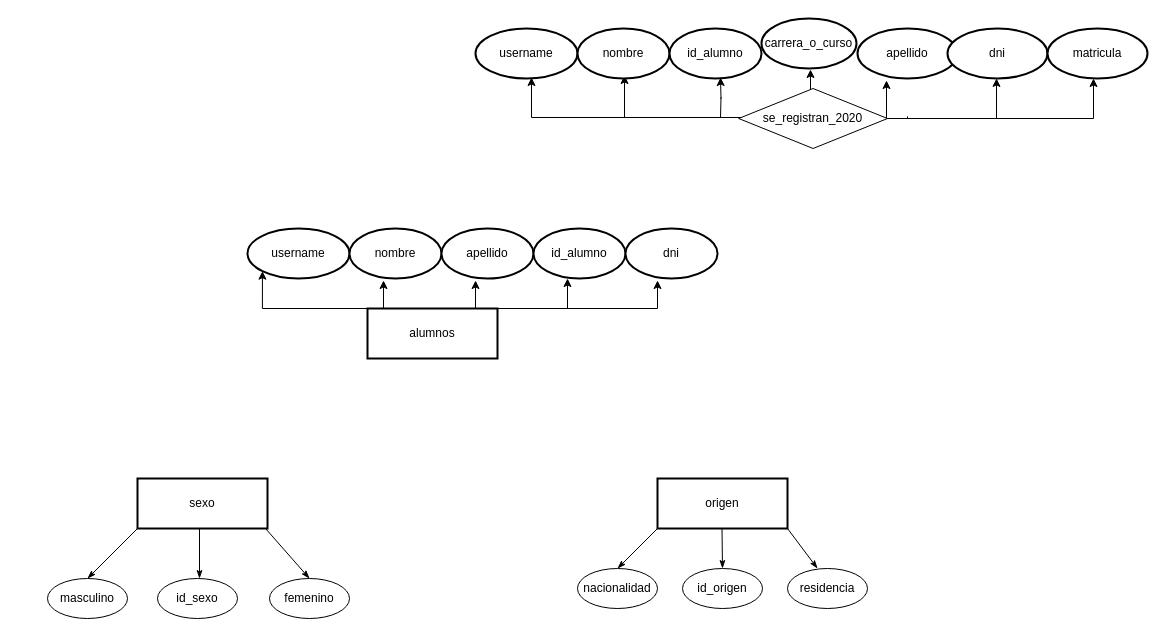
Above: Diagrama sin título.drawio in arcv1337/arcv1337 (draw.io), before the change. Source tidied: cells renumbered, new cells numbered last; positions are measured from the earlier drawing's top-left corner, leaving out a move shared by most shapes. Both pictures are drawn from the tidied source at 100%, with x=0, y=0 at pixel (47, 18).
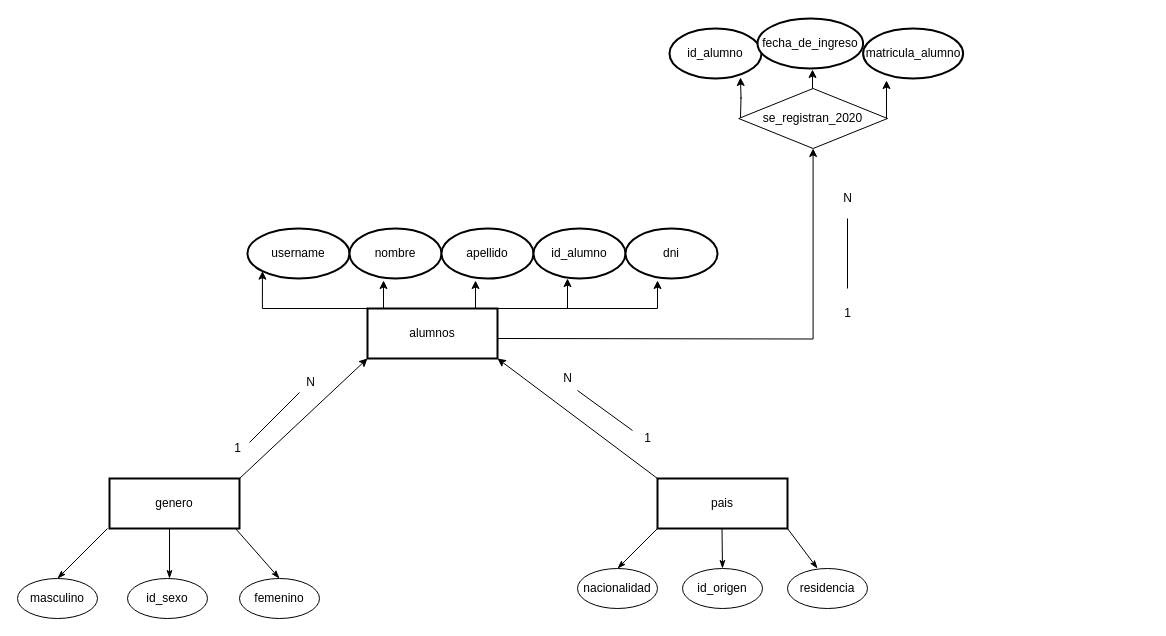
Above is the later version.

The change refers to these unchanged cells:
```xml
<mxCell id="17" value="alumnos" style="rounded=0;whiteSpace=wrap;html=1;strokeWidth=2;" parent="1" vertex="1">
  <mxGeometry x="320" y="290" width="130" height="50" as="geometry" />
</mxCell>
<mxCell id="41" value="se_registran_2020" style="rhombus;whiteSpace=wrap;html=1;" parent="1" vertex="1">
  <mxGeometry x="691.2" y="70" width="148.8" height="60" as="geometry" />
</mxCell>
```

Change to the diagram source:
```diff
@@
-    <mxCell id="2" style="edgeStyle=orthogonalEdgeStyle;rounded=0;orthogonalLoop=1;jettySize=auto;html=1;exitX=0.5;exitY=0;exitDx=0;exitDy=0;" parent="1" edge="1">
-      <mxGeometry relative="1" as="geometry">
-        <mxPoint x="695" y="100" as="sourcePoint" />
-        <mxPoint x="484" y="59" as="targetPoint" />
-        <Array as="points">
-          <mxPoint x="695" y="99" />
-        </Array>
-      </mxGeometry>
-    </mxCell>
-    <mxCell id="3" style="edgeStyle=orthogonalEdgeStyle;rounded=0;orthogonalLoop=1;jettySize=auto;html=1;exitX=0.25;exitY=0;exitDx=0;exitDy=0;" parent="1" edge="1">
-      <mxGeometry relative="1" as="geometry">
-        <mxPoint x="613.5" y="99" as="sourcePoint" />
-        <mxPoint x="577" y="57" as="targetPoint" />
-        <Array as="points">
-          <mxPoint x="577" y="99" />
-        </Array>
-      </mxGeometry>
-    </mxCell>
-    <mxCell id="4" style="edgeStyle=orthogonalEdgeStyle;rounded=0;orthogonalLoop=1;jettySize=auto;html=1;exitX=1;exitY=0;exitDx=0;exitDy=0;" parent="1" edge="1">
-      <mxGeometry relative="1" as="geometry">
-        <mxPoint x="845" y="100" as="sourcePoint" />
-        <mxPoint x="949" y="59.9" as="targetPoint" />
-        <Array as="points">
-          <mxPoint x="949" y="100" />
-        </Array>
-      </mxGeometry>
-    </mxCell>
-    <mxCell id="5" style="edgeStyle=orthogonalEdgeStyle;rounded=0;orthogonalLoop=1;jettySize=auto;html=1;entryX=0.5;entryY=1;entryDx=0;entryDy=0;" parent="1" edge="1">
+    <mxCell id="5" style="edgeStyle=orthogonalEdgeStyle;rounded=0;jettySize=auto;html=1;entryX=0.5;entryY=1;entryDx=0;entryDy=0;exitX=1;exitY=0.5;exitDx=0;exitDy=0;" parent="1" edge="1" source="41">
       <mxGeometry relative="1" as="geometry">
-        <mxPoint x="850" y="100" as="sourcePoint" />
         <mxPoint x="839" y="62" as="targetPoint" />
       </mxGeometry>
     </mxCell>
     <mxCell id="6" style="edgeStyle=orthogonalEdgeStyle;rounded=0;orthogonalLoop=1;jettySize=auto;html=1;exitX=0.5;exitY=0;exitDx=0;exitDy=0;" parent="1" edge="1">
       <mxGeometry relative="1" as="geometry">
-        <mxPoint x="673" y="99" as="sourcePoint" />
-        <mxPoint x="673" y="59" as="targetPoint" />
+        <mxPoint x="693" y="99" as="sourcePoint" />
+        <mxPoint x="693" y="59" as="targetPoint" />
       </mxGeometry>
     </mxCell>
-    <mxCell id="7" style="edgeStyle=orthogonalEdgeStyle;rounded=0;orthogonalLoop=1;jettySize=auto;html=1;exitX=1;exitY=0;exitDx=0;exitDy=0;" parent="1" edge="1">
-      <mxGeometry relative="1" as="geometry">
-        <mxPoint x="860" y="98" as="sourcePoint" />
-        <mxPoint x="1046" y="60" as="targetPoint" />
-        <Array as="points">
-          <mxPoint x="860" y="100" />
-          <mxPoint x="1046" y="100" />
-        </Array>
-      </mxGeometry>
-    </mxCell>
-    <mxCell id="8" value="username" style="ellipse;whiteSpace=wrap;html=1;strokeWidth=2;" parent="1" vertex="1">
-      <mxGeometry x="428" y="10" width="102" height="50" as="geometry" />
-    </mxCell>
-    <mxCell id="9" value="nombre" style="ellipse;whiteSpace=wrap;html=1;strokeWidth=2;" parent="1" vertex="1">
-      <mxGeometry x="530" y="10" width="92" height="50" as="geometry" />
-    </mxCell>
-    <mxCell id="10" value="apellido" style="ellipse;whiteSpace=wrap;html=1;strokeWidth=2;" parent="1" vertex="1">
-      <mxGeometry x="810" y="10" width="100" height="50" as="geometry" />
-    </mxCell>
-    <mxCell id="11" value="dni" style="ellipse;whiteSpace=wrap;html=1;strokeWidth=2;" parent="1" vertex="1">
-      <mxGeometry x="900" y="10" width="100" height="50" as="geometry" />
-    </mxCell>
@@
+    <mxCell id="42" style="edgeStyle=orthogonalEdgeStyle;rounded=0;jettySize=auto;html=1;exitX=1;exitY=0.5;exitDx=0;exitDy=0;entryX=0.5;entryY=1;entryDx=0;entryDy=0;" parent="1" edge="1" target="41">
+      <mxGeometry relative="1" as="geometry">
+        <mxPoint x="450" y="320" as="sourcePoint" />
+      </mxGeometry>
+    </mxCell>
@@
-    <mxCell id="24" value="matricula" style="ellipse;whiteSpace=wrap;html=1;strokeWidth=2;" parent="1" vertex="1">
-      <mxGeometry x="1000" y="10" width="100" height="50" as="geometry" />
+    <mxCell id="24" value="matricula_alumno" style="ellipse;whiteSpace=wrap;html=1;strokeWidth=2;" parent="1" vertex="1">
+      <mxGeometry x="815.6" y="10" width="100" height="50" as="geometry" />
     </mxCell>
-    <mxCell id="25" value="origen" style="rounded=0;whiteSpace=wrap;html=1;strokeWidth=2;" parent="1" vertex="1">
+    <mxCell id="25" value="pais" style="rounded=0;whiteSpace=wrap;html=1;strokeWidth=2;" parent="1" vertex="1">
       <mxGeometry x="610" y="460" width="130" height="50" as="geometry" />
     </mxCell>
-    <mxCell id="26" value="sexo" style="rounded=0;whiteSpace=wrap;html=1;strokeWidth=2;" parent="1" vertex="1">
-      <mxGeometry x="90" y="460" width="130" height="50" as="geometry" />
+    <mxCell id="26" value="genero" style="rounded=0;whiteSpace=wrap;html=1;strokeWidth=2;" parent="1" vertex="1">
+      <mxGeometry x="62" y="460" width="130" height="50" as="geometry" />
     </mxCell>
     <mxCell id="27" style="endArrow=none;html=1;rounded=0;startArrow=classicThin;startFill=1;" parent="1" edge="1">
       <mxGeometry relative="1" as="geometry">
-        <mxPoint x="40" y="560" as="sourcePoint" />
-        <mxPoint x="90" y="510" as="targetPoint" />
+        <mxPoint x="10" y="560" as="sourcePoint" />
+        <mxPoint x="60" y="510" as="targetPoint" />
       </mxGeometry>
     </mxCell>
     <mxCell id="28" value="masculino" style="ellipse;whiteSpace=wrap;html=1;" parent="1" vertex="1">
-      <mxGeometry y="560" width="80" height="40" as="geometry" />
+      <mxGeometry x="-30" y="560" width="80" height="40" as="geometry" />
     </mxCell>
     <mxCell id="29" value="femenino" style="ellipse;whiteSpace=wrap;html=1;" parent="1" vertex="1">
-      <mxGeometry x="222" y="560" width="80" height="40" as="geometry" />
+      <mxGeometry x="192" y="560" width="80" height="40" as="geometry" />
     </mxCell>
     <mxCell id="30" style="endArrow=none;html=1;rounded=0;startArrow=classicThin;startFill=1;exitX=0.5;exitY=0;exitDx=0;exitDy=0;" parent="1" edge="1" source="29">
       <mxGeometry relative="1" as="geometry">
-        <mxPoint x="218" y="510" as="targetPoint" />
+        <mxPoint x="188" y="510" as="targetPoint" />
       </mxGeometry>
     </mxCell>
     <mxCell id="31" style="endArrow=none;html=1;rounded=0;startArrow=classicThin;startFill=1;" parent="1" edge="1">
       <mxGeometry relative="1" as="geometry">
-        <mxPoint x="152" y="560" as="sourcePoint" />
-        <mxPoint x="152" y="510" as="targetPoint" />
+        <mxPoint x="122" y="560" as="sourcePoint" />
+        <mxPoint x="122" y="510" as="targetPoint" />
       </mxGeometry>
     </mxCell>
     <mxCell id="32" value="id_sexo" style="ellipse;whiteSpace=wrap;html=1;" parent="1" vertex="1">
-      <mxGeometry x="110" y="560" width="80" height="40" as="geometry" />
+      <mxGeometry x="80" y="560" width="80" height="40" as="geometry" />
     </mxCell>
@@
     <mxCell id="39" style="endArrow=classic;html=1;rounded=0;" parent="1" edge="1">
       <mxGeometry relative="1" as="geometry">
-        <mxPoint x="763" y="89" as="sourcePoint" />
-        <mxPoint x="763" y="51" as="targetPoint" />
+        <mxPoint x="765" y="89" as="sourcePoint" />
+        <mxPoint x="765" y="51" as="targetPoint" />
       </mxGeometry>
     </mxCell>
-    <mxCell id="40" value="carrera_o_curso" style="ellipse;whiteSpace=wrap;html=1;strokeWidth=2;" parent="1" vertex="1">
-      <mxGeometry x="714" width="95" height="50" as="geometry" />
+    <mxCell id="40" value="fecha_de_ingreso" style="ellipse;whiteSpace=wrap;html=1;strokeWidth=2;" parent="1" vertex="1">
+      <mxGeometry x="710" width="105.6" height="50" as="geometry" />
     </mxCell>
@@
+    <mxCell id="43" style="endArrow=classic;html=1;rounded=0;entryX=0;entryY=1;entryDx=0;entryDy=0;exitX=1;exitY=0;exitDx=0;exitDy=0;" parent="1" edge="1" source="26" target="17">
+      <mxGeometry relative="1" as="geometry" />
+    </mxCell>
+    <mxCell id="44" style="endArrow=classic;html=1;rounded=0;entryX=1;entryY=1;entryDx=0;entryDy=0;" parent="1" edge="1" target="17">
+      <mxGeometry relative="1" as="geometry">
+        <mxPoint x="610" y="460" as="sourcePoint" />
+      </mxGeometry>
+    </mxCell>
+    <mxCell id="45" style="endArrow=none;html=1;rounded=0;" parent="1" edge="1">
+      <mxGeometry relative="1" as="geometry">
+        <mxPoint x="202" y="424" as="sourcePoint" />
+        <mxPoint x="252" y="374" as="targetPoint" />
+      </mxGeometry>
+    </mxCell>
+    <mxCell id="46" style="endArrow=none;html=1;rounded=0;" parent="1" edge="1">
+      <mxGeometry relative="1" as="geometry">
+        <mxPoint x="530" y="372" as="sourcePoint" />
+        <mxPoint x="585" y="412" as="targetPoint" />
+      </mxGeometry>
+    </mxCell>
+    <mxCell id="47" value="1" style="text;html=1;align=center;verticalAlign=middle;strokeColor=none;fillColor=none;" parent="1" vertex="1">
+      <mxGeometry x="175" y="415" width="30" height="30" as="geometry" />
+    </mxCell>
+    <mxCell id="48" value="N" style="text;html=1;align=center;verticalAlign=middle;strokeColor=none;fillColor=none;" parent="1" vertex="1">
+      <mxGeometry x="248" y="349" width="30" height="30" as="geometry" />
+    </mxCell>
+    <mxCell id="49" value="1" style="text;html=1;align=center;verticalAlign=middle;strokeColor=none;fillColor=none;" parent="1" vertex="1">
+      <mxGeometry x="585" y="405" width="30" height="30" as="geometry" />
+    </mxCell>
+    <mxCell id="50" value="N" style="text;html=1;align=center;verticalAlign=middle;strokeColor=none;fillColor=none;" parent="1" vertex="1">
+      <mxGeometry x="505" y="345" width="30" height="30" as="geometry" />
+    </mxCell>
+    <mxCell id="51" style="endArrow=none;html=1;rounded=0;" parent="1" edge="1">
+      <mxGeometry relative="1" as="geometry">
+        <mxPoint x="800" y="270" as="sourcePoint" />
+        <mxPoint x="800" y="200" as="targetPoint" />
+      </mxGeometry>
+    </mxCell>
+    <mxCell id="52" value="N" style="text;html=1;align=center;verticalAlign=middle;strokeColor=none;fillColor=none;" parent="1" vertex="1">
+      <mxGeometry x="785" y="165" width="30" height="30" as="geometry" />
+    </mxCell>
+    <mxCell id="53" value="1" style="text;html=1;align=center;verticalAlign=middle;strokeColor=none;fillColor=none;" parent="1" vertex="1">
+      <mxGeometry x="785" y="280" width="30" height="30" as="geometry" />
+    </mxCell>
```
